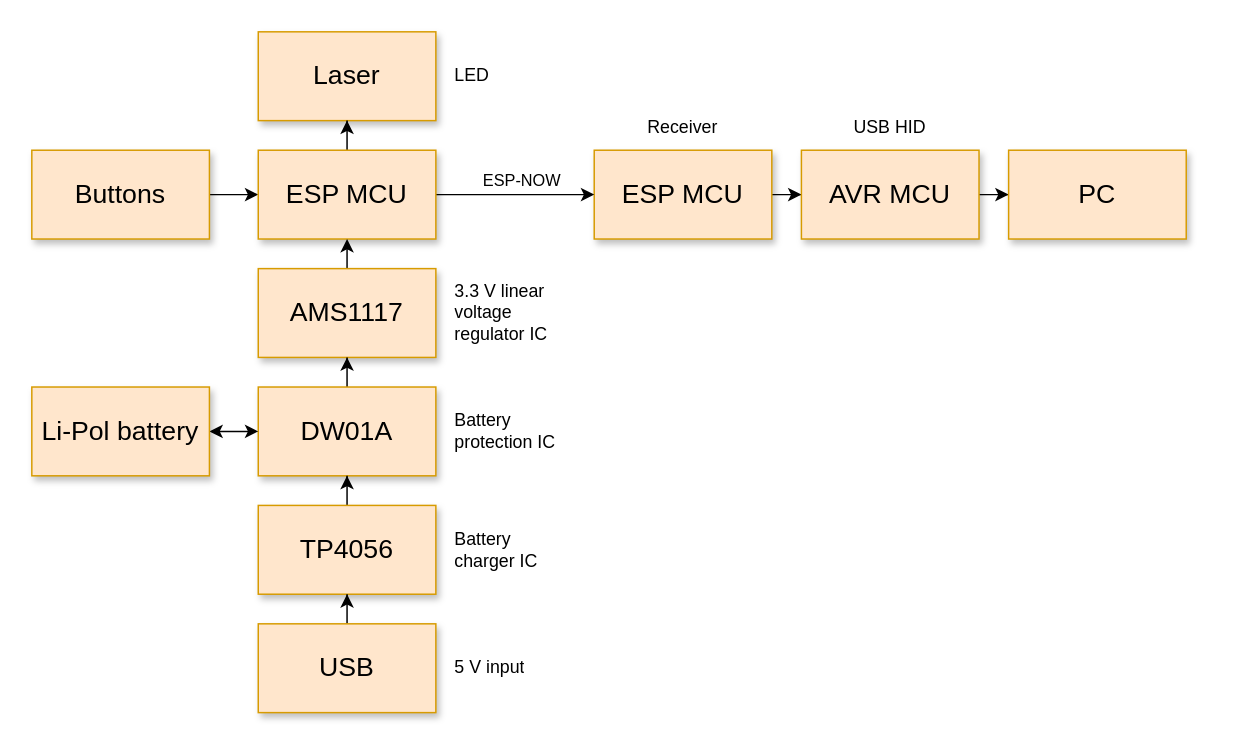
Earlier version of the draw.io diagram circuits/FunctionalCircuit.drawio (RadioPizza/SlideRemote). Source tidied: cells renumbered, new cells numbered last; positions are measured from the earlier drawing's top-left corner, leaving out a move shared by most shapes. Both pictures are drawn from the tidied source at 148%, with x=0, y=0 at pixel (31, 31).
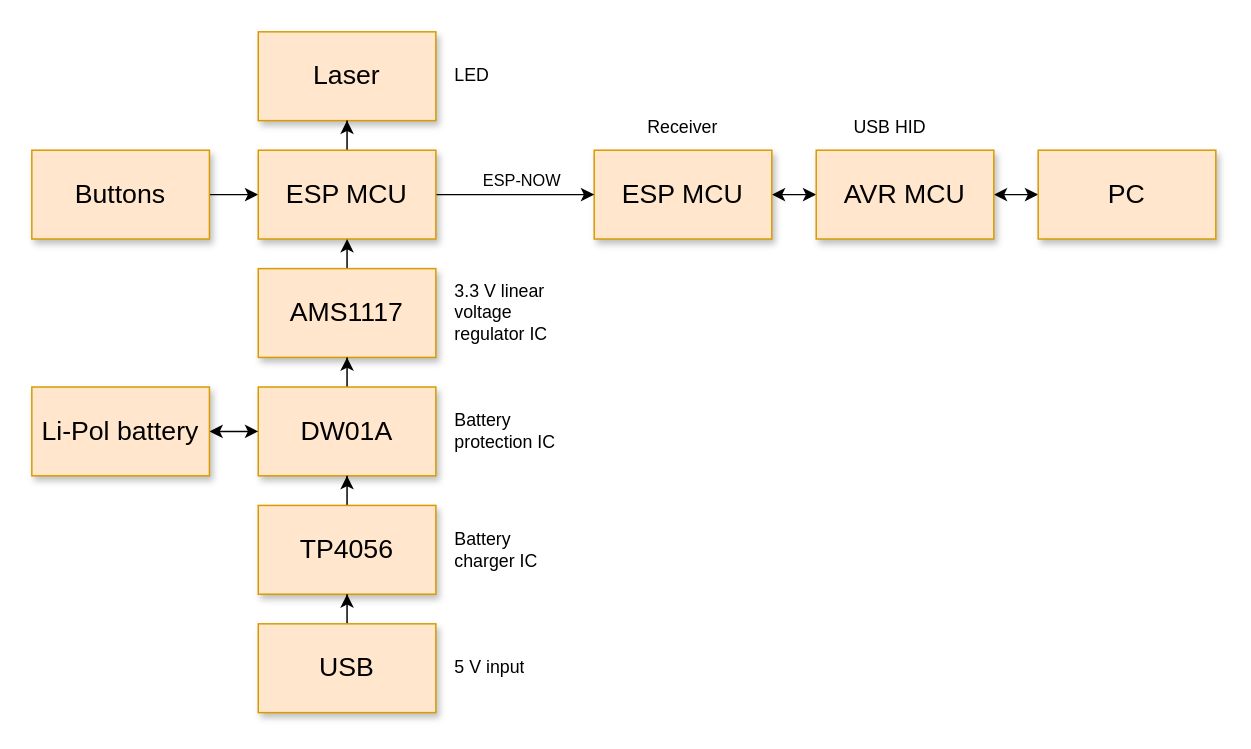
The same diagram, later.

Commit message (it also covers changes not shown here):
Update functional circuit

The change refers to these unchanged cells:
```xml
<mxCell id="4" value="ESP MCU" style="whiteSpace=wrap;html=1;shadow=1;fontSize=18;fillColor=#ffe6cc;strokeColor=#d79b00;" parent="1" vertex="1">
  <mxGeometry x="380" y="80" width="120" height="60" as="geometry" />
</mxCell>
```

The edit, as a diff of the source:
```diff
@@
-    <mxCell id="3" style="edgeStyle=orthogonalEdgeStyle;rounded=0;jettySize=auto;html=1;" parent="1" edge="1" source="4" target="12">
+    <mxCell id="3" style="edgeStyle=orthogonalEdgeStyle;rounded=0;jettySize=auto;html=1;startArrow=classic;startFill=1;" parent="1" edge="1" source="4" target="12">
       <mxGeometry relative="1" as="geometry" />
     </mxCell>
@@
-    <mxCell id="11" style="edgeStyle=orthogonalEdgeStyle;rounded=0;jettySize=auto;html=1;" parent="1" edge="1" source="12" target="13">
+    <mxCell id="11" style="edgeStyle=orthogonalEdgeStyle;rounded=0;jettySize=auto;html=1;startArrow=classic;startFill=1;" parent="1" edge="1" source="12" target="13">
       <mxGeometry relative="1" as="geometry" />
     </mxCell>
     <mxCell id="12" value="AVR MCU" style="whiteSpace=wrap;html=1;shadow=1;fontSize=18;fillColor=#ffe6cc;strokeColor=#d79b00;" parent="1" vertex="1">
-      <mxGeometry x="520" y="80" width="120" height="60" as="geometry" />
+      <mxGeometry x="530" y="80" width="120" height="60" as="geometry" />
     </mxCell>
     <mxCell id="13" value="PC" style="whiteSpace=wrap;html=1;shadow=1;fontSize=18;fillColor=#ffe6cc;strokeColor=#d79b00;" parent="1" vertex="1">
-      <mxGeometry x="660" y="80" width="120" height="60" as="geometry" />
+      <mxGeometry x="680" y="80" width="120" height="60" as="geometry" />
     </mxCell>
```
